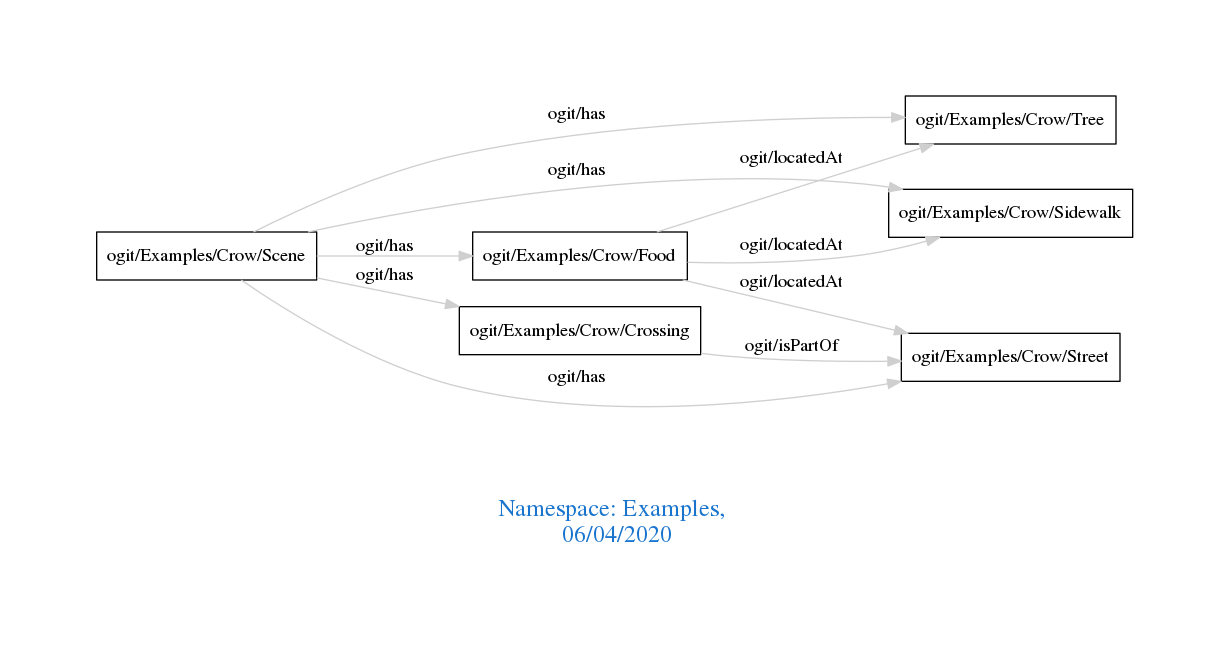
The Graphviz diagram downloads/Examples.png in arago/OGIT, before a commit. Its source is kept beside it as downloads/Examples.dot.
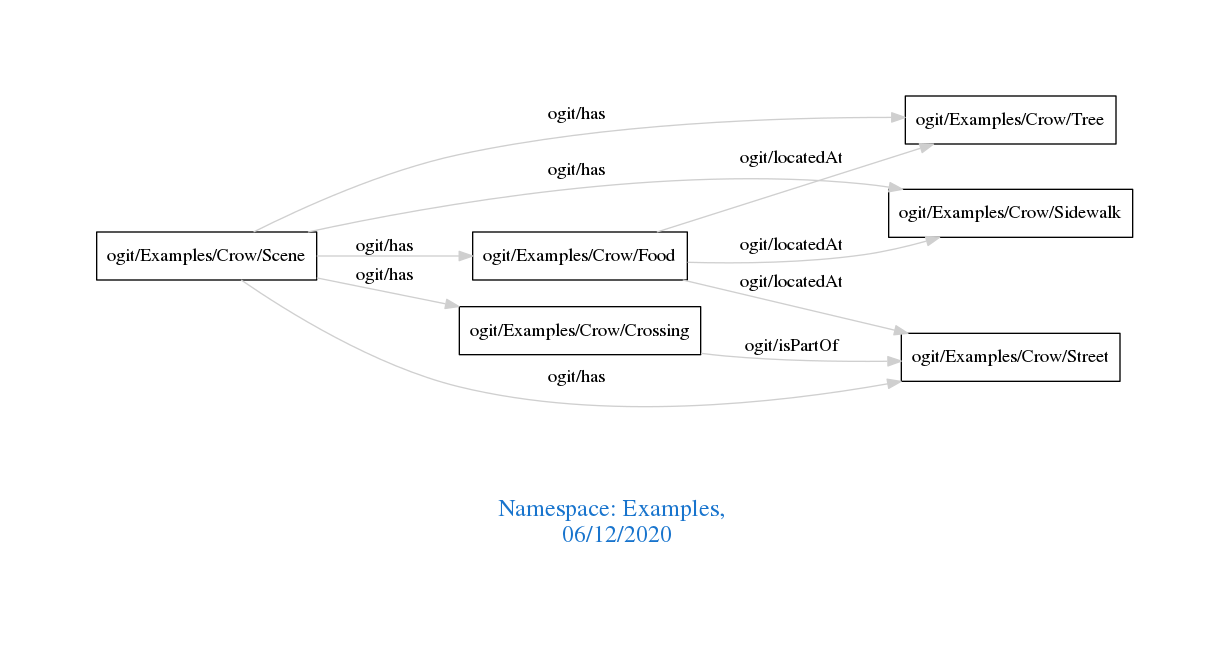
The same diagram one commit later.

What changed in the source:
```diff
@@ -1,7 +1,7 @@
 digraph OGIT_ontology {
  graph [ rankdir= LR,pad=1
 fontsize = 18,
-fontcolor= dodgerblue3,label = "\n\n\nNamespace: Examples, \n 06/04/2020"];
+fontcolor= dodgerblue3,label = "\n\n\nNamespace: Examples, \n 06/12/2020"];
 node[shape=polygon];
 edge [  color="gray81"];
 
```
